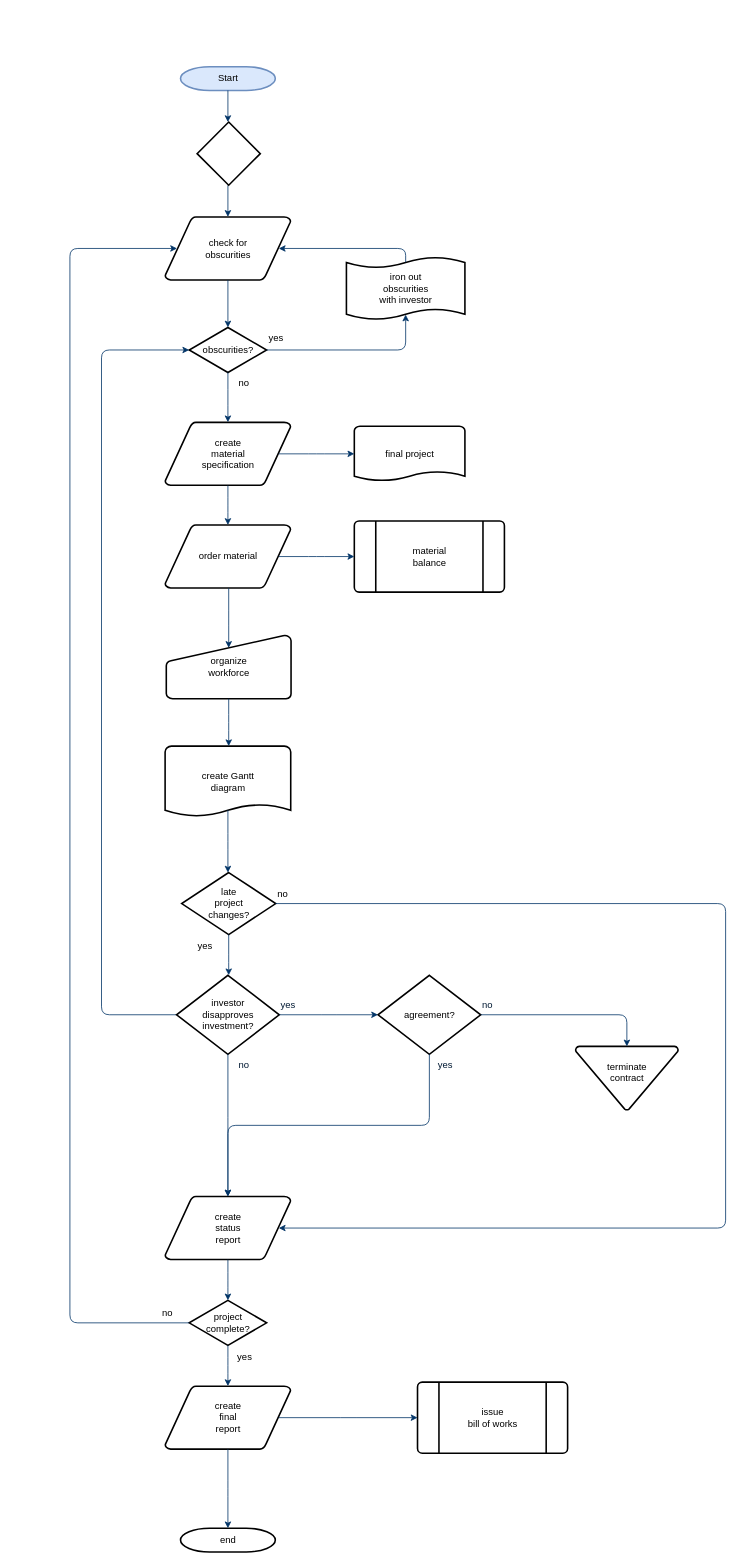
This is Tms_FlowChart.drawio from sspgithubaccount/FlowChart, a draw.io file, before an edit. Source tidied: cells renumbered, new cells numbered last; positions are measured from the earlier drawing's top-left corner, leaving out a move shared by most shapes. Both pictures are drawn from the tidied source at 79%, with x=0, y=0 at pixel (70, 66).
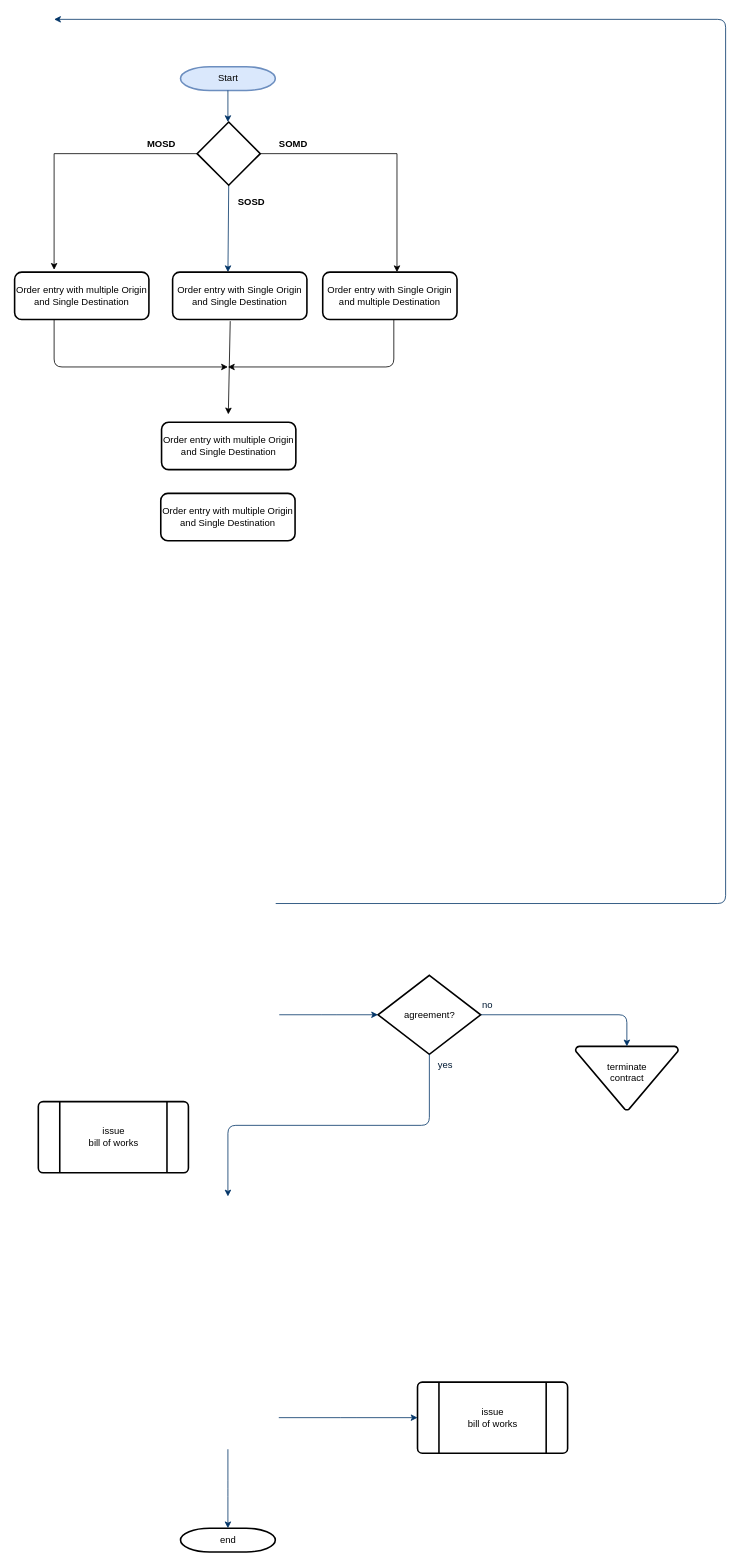
The same page after the edit.

The change refers to these unchanged cells:
```xml
<mxCell id="28" value="agreement?" style="shape=mxgraph.flowchart.decision;strokeWidth=2;gradientColor=none;gradientDirection=north;fontStyle=0;html=1;" parent="1" vertex="1">
  <mxGeometry x="390" y="1150" width="130" height="100" as="geometry" />
</mxCell>
<mxCell id="38" value="issue&#10;bill of works" style="shape=mxgraph.flowchart.predefined_process;strokeWidth=2;gradientColor=none;gradientDirection=north;fontStyle=0;html=1;" parent="1" vertex="1">
  <mxGeometry x="440" y="1665" width="190" height="90" as="geometry" />
</mxCell>
<mxCell id="39" value="end" style="shape=mxgraph.flowchart.terminator;strokeWidth=2;gradientColor=none;gradientDirection=north;fontStyle=0;html=1;" parent="1" vertex="1">
  <mxGeometry x="140" y="1850" width="120" height="30" as="geometry" />
</mxCell>
<mxCell id="55" style="rhombus;whiteSpace=wrap;html=1;strokeWidth=2;" parent="1" vertex="1">
  <mxGeometry x="161" y="70" width="80" height="80" as="geometry" />
</mxCell>
```

Change to the diagram source:
```diff
@@
-    <mxCell id="3" value="create&#10;material&#10;specification" style="shape=mxgraph.flowchart.data;strokeWidth=2;gradientColor=none;gradientDirection=north;fontStyle=0;html=1;" parent="1" vertex="1">
-      <mxGeometry x="120.5" y="450" width="159" height="80" as="geometry" />
-    </mxCell>
-    <mxCell id="4" value="check for&#10;obscurities" style="shape=mxgraph.flowchart.data;strokeWidth=2;gradientColor=none;gradientDirection=north;fontStyle=0;html=1;" parent="1" vertex="1">
-      <mxGeometry x="120.5" y="190" width="159" height="80" as="geometry" />
-    </mxCell>
-    <mxCell id="5" value="obscurities?" style="shape=mxgraph.flowchart.decision;strokeWidth=2;gradientColor=none;gradientDirection=north;fontStyle=0;html=1;" parent="1" vertex="1">
-      <mxGeometry x="151" y="330" width="98" height="57" as="geometry" />
-    </mxCell>
@@
-    <mxCell id="7" style="fontStyle=1;strokeColor=#003366;strokeWidth=1;html=1;" parent="1" edge="1" target="4">
-      <mxGeometry relative="1" as="geometry">
-        <mxPoint x="200" y="150" as="sourcePoint" />
-      </mxGeometry>
+    <mxCell id="7" style="fontStyle=1;strokeColor=#003366;strokeWidth=1;html=1;exitX=0.5;exitY=1;exitDx=0;exitDy=0;entryX=0.412;entryY=0;entryDx=0;entryDy=0;entryPerimeter=0;" parent="1" edge="1" source="55" target="62">
+      <mxGeometry relative="1" as="geometry" />
     </mxCell>
-    <mxCell id="8" style="entryX=0.5;entryY=0;entryPerimeter=0;fontStyle=1;strokeColor=#003366;strokeWidth=1;html=1;" parent="1" edge="1" source="4" target="5">
-      <mxGeometry relative="1" as="geometry" />
-    </mxCell>
-    <mxCell id="9" style="edgeStyle=elbowEdgeStyle;elbow=horizontal;entryX=0.5;entryY=0.91;entryPerimeter=0;exitX=1;exitY=0.5;exitPerimeter=0;fontStyle=1;strokeColor=#003366;strokeWidth=1;html=1;" parent="1" edge="1" source="5" target="50">
-      <mxGeometry x="381" y="28.5" as="geometry">
-        <Array as="points">
-          <mxPoint x="425" y="340" />
-        </Array>
-      </mxGeometry>
-    </mxCell>
-    <mxCell id="10" value="yes" style="text;fontStyle=0;html=1;strokeColor=none;gradientColor=none;fillColor=none;strokeWidth=2;" parent="1" vertex="1">
-      <mxGeometry x="250" y="330" width="40" height="26" as="geometry" />
-    </mxCell>
-    <mxCell id="11" style="edgeStyle=elbowEdgeStyle;elbow=horizontal;fontColor=#001933;fontStyle=1;strokeColor=#003366;strokeWidth=1;html=1;" parent="1" edge="1" source="5" target="3">
-      <mxGeometry as="geometry" />
-    </mxCell>
-    <mxCell id="12" value="order material" style="shape=mxgraph.flowchart.data;strokeWidth=2;gradientColor=none;gradientDirection=north;fontStyle=0;html=1;" parent="1" vertex="1">
-      <mxGeometry x="120.5" y="580" width="159" height="80" as="geometry" />
-    </mxCell>
-    <mxCell id="13" value="no" style="text;fontStyle=0;html=1;strokeColor=none;gradientColor=none;fillColor=none;strokeWidth=2;align=center;" parent="1" vertex="1">
-      <mxGeometry x="200" y="387" width="40" height="26" as="geometry" />
-    </mxCell>
-    <mxCell id="14" value="final project" style="shape=mxgraph.flowchart.document;strokeWidth=2;gradientColor=none;gradientDirection=north;fontStyle=0;html=1;" parent="1" vertex="1">
-      <mxGeometry x="360" y="455" width="140" height="70" as="geometry" />
-    </mxCell>
-    <mxCell id="15" style="edgeStyle=elbowEdgeStyle;elbow=horizontal;exitX=0.905;exitY=0.5;exitPerimeter=0;fontStyle=1;strokeColor=#003366;strokeWidth=1;html=1;" parent="1" edge="1" source="3" target="14">
-      <mxGeometry as="geometry" />
-    </mxCell>
-    <mxCell id="16" style="edgeStyle=elbowEdgeStyle;elbow=horizontal;fontStyle=1;strokeColor=#003366;strokeWidth=1;html=1;" parent="1" edge="1" source="3" target="12">
-      <mxGeometry as="geometry" />
-    </mxCell>
-    <mxCell id="17" value="material&#10;balance" style="shape=mxgraph.flowchart.predefined_process;strokeWidth=2;gradientColor=none;gradientDirection=north;fontStyle=0;html=1;" parent="1" vertex="1">
-      <mxGeometry x="360" y="575" width="190" height="90" as="geometry" />
-    </mxCell>
-    <mxCell id="18" style="edgeStyle=elbowEdgeStyle;elbow=horizontal;exitX=0.905;exitY=0.5;exitPerimeter=0;fontStyle=1;strokeColor=#003366;strokeWidth=1;html=1;" parent="1" edge="1" source="12" target="17">
-      <mxGeometry as="geometry" />
-    </mxCell>
-    <mxCell id="19" value="organize &#10;workforce" style="shape=mxgraph.flowchart.manual_input;strokeWidth=2;gradientColor=none;gradientDirection=north;fontStyle=0;html=1;" parent="1" vertex="1">
-      <mxGeometry x="122" y="720" width="158" height="80" as="geometry" />
-    </mxCell>
-    <mxCell id="20" style="edgeStyle=elbowEdgeStyle;elbow=horizontal;entryX=0.5;entryY=0.195;entryPerimeter=0;fontStyle=1;strokeColor=#003366;strokeWidth=1;html=1;" parent="1" edge="1" source="12" target="19">
-      <mxGeometry as="geometry" />
-    </mxCell>
-    <mxCell id="21" value="create Gantt&#10;diagram" style="shape=mxgraph.flowchart.document;strokeWidth=2;gradientColor=none;gradientDirection=north;fontStyle=0;html=1;" parent="1" vertex="1">
-      <mxGeometry x="120.5" y="860" width="159" height="90" as="geometry" />
-    </mxCell>
-    <mxCell id="22" style="edgeStyle=elbowEdgeStyle;elbow=horizontal;exitX=0.5;exitY=1;exitPerimeter=0;fontStyle=1;strokeColor=#003366;strokeWidth=1;html=1;" parent="1" edge="1" source="19" target="21">
-      <mxGeometry as="geometry" />
-    </mxCell>
-    <mxCell id="23" value="late&#10;project&#10;changes?" style="shape=mxgraph.flowchart.decision;strokeWidth=2;gradientColor=none;gradientDirection=north;fontStyle=0;html=1;" parent="1" vertex="1">
-      <mxGeometry x="141.5" y="1020" width="119" height="78.5" as="geometry" />
-    </mxCell>
-    <mxCell id="24" style="edgeStyle=elbowEdgeStyle;elbow=horizontal;exitX=0.5;exitY=0.9;exitPerimeter=0;fontStyle=1;strokeColor=#003366;strokeWidth=1;html=1;" parent="1" edge="1" source="21" target="23">
-      <mxGeometry as="geometry" />
-    </mxCell>
-    <mxCell id="25" style="edgeStyle=elbowEdgeStyle;elbow=horizontal;exitX=0;exitY=0.5;exitPerimeter=0;entryX=0;entryY=0.5;entryPerimeter=0;fontStyle=1;strokeColor=#003366;strokeWidth=1;html=1;" parent="1" edge="1" source="27" target="5">
-      <mxGeometry as="geometry">
-        <Array as="points">
-          <mxPoint x="40" y="790" />
-        </Array>
-      </mxGeometry>
-    </mxCell>
-    <mxCell id="26" value="yes" style="text;fontStyle=0;html=1;strokeColor=none;gradientColor=none;fillColor=none;strokeWidth=2;" parent="1" vertex="1">
-      <mxGeometry x="160" y="1098.5" width="40" height="26" as="geometry" />
-    </mxCell>
-    <mxCell id="27" value="investor&#10;disapproves&#10; investment?" style="shape=mxgraph.flowchart.decision;strokeWidth=2;gradientColor=none;gradientDirection=north;fontStyle=0;html=1;" parent="1" vertex="1">
-      <mxGeometry x="135" y="1150" width="130" height="100" as="geometry" />
-    </mxCell>
@@
-    <mxCell id="29" style="edgeStyle=elbowEdgeStyle;elbow=horizontal;exitX=0.5;exitY=1;exitPerimeter=0;fontStyle=1;strokeColor=#003366;strokeWidth=1;html=1;" parent="1" edge="1" source="23" target="27">
-      <mxGeometry as="geometry" />
-    </mxCell>
-    <mxCell id="30" style="edgeStyle=elbowEdgeStyle;elbow=horizontal;exitX=1;exitY=0.5;exitPerimeter=0;entryX=0;entryY=0.5;entryPerimeter=0;fontStyle=1;strokeColor=#003366;strokeWidth=1;html=1;" parent="1" edge="1" source="27" target="28">
-      <mxGeometry as="geometry" />
+    <mxCell id="30" style="edgeStyle=elbowEdgeStyle;elbow=horizontal;exitX=1;exitY=0.5;exitPerimeter=0;entryX=0;entryY=0.5;entryPerimeter=0;fontStyle=1;strokeColor=#003366;strokeWidth=1;html=1;" parent="1" edge="1" target="28">
+      <mxGeometry as="geometry">
+        <mxPoint x="265" y="1200" as="sourcePoint" />
+      </mxGeometry>
     </mxCell>
@@
-    <mxCell id="33" value="create&#10;status&#10;report" style="shape=mxgraph.flowchart.data;strokeWidth=2;gradientColor=none;gradientDirection=north;fontStyle=0;html=1;" parent="1" vertex="1">
-      <mxGeometry x="120.5" y="1430" width="159" height="80" as="geometry" />
-    </mxCell>
-    <mxCell id="34" style="edgeStyle=elbowEdgeStyle;elbow=vertical;exitX=0.5;exitY=1;exitPerimeter=0;fontColor=#001933;fontStyle=1;strokeColor=#003366;strokeWidth=1;html=1;" parent="1" edge="1" source="27" target="33">
-      <mxGeometry as="geometry" />
-    </mxCell>
-    <mxCell id="35" style="edgeStyle=elbowEdgeStyle;elbow=vertical;exitX=0.5;exitY=1;exitPerimeter=0;entryX=0.5;entryY=0;entryPerimeter=0;fontStyle=1;strokeColor=#003366;strokeWidth=1;html=1;" parent="1" edge="1" source="28" target="33">
-      <mxGeometry as="geometry" />
+    <mxCell id="35" style="edgeStyle=elbowEdgeStyle;elbow=vertical;exitX=0.5;exitY=1;exitPerimeter=0;entryX=0.5;entryY=0;entryPerimeter=0;fontStyle=1;strokeColor=#003366;strokeWidth=1;html=1;" parent="1" edge="1" source="28">
+      <mxGeometry as="geometry">
+        <mxPoint x="200" y="1430" as="targetPoint" />
+      </mxGeometry>
     </mxCell>
-    <mxCell id="36" value="project&#10;complete?" style="shape=mxgraph.flowchart.decision;strokeWidth=2;gradientColor=none;gradientDirection=north;fontStyle=0;html=1;" parent="1" vertex="1">
-      <mxGeometry x="151" y="1561.5" width="98" height="57" as="geometry" />
-    </mxCell>
-    <mxCell id="37" value="create&#10;final&#10;report" style="shape=mxgraph.flowchart.data;strokeWidth=2;gradientColor=none;gradientDirection=north;fontStyle=0;html=1;" parent="1" vertex="1">
-      <mxGeometry x="120.5" y="1670" width="159" height="80" as="geometry" />
-    </mxCell>
@@
-    <mxCell id="40" style="edgeStyle=elbowEdgeStyle;elbow=vertical;exitX=0.5;exitY=1;exitPerimeter=0;entryX=0.5;entryY=0;entryPerimeter=0;fontStyle=1;strokeColor=#003366;strokeWidth=1;html=1;" parent="1" edge="1" source="33" target="36">
-      <mxGeometry as="geometry" />
-    </mxCell>
-    <mxCell id="41" style="edgeStyle=elbowEdgeStyle;elbow=vertical;exitX=0.5;exitY=1;exitPerimeter=0;entryX=0.5;entryY=0;entryPerimeter=0;fontStyle=1;strokeColor=#003366;strokeWidth=1;html=1;" parent="1" edge="1" source="36" target="37">
-      <mxGeometry as="geometry" />
-    </mxCell>
-    <mxCell id="42" style="edgeStyle=elbowEdgeStyle;elbow=vertical;exitX=0.5;exitY=1;exitPerimeter=0;entryX=0.5;entryY=0;entryPerimeter=0;fontStyle=1;strokeColor=#003366;strokeWidth=1;html=1;" parent="1" edge="1" source="37" target="39">
-      <mxGeometry as="geometry" />
+    <mxCell id="42" style="edgeStyle=elbowEdgeStyle;elbow=vertical;exitX=0.5;exitY=1;exitPerimeter=0;entryX=0.5;entryY=0;entryPerimeter=0;fontStyle=1;strokeColor=#003366;strokeWidth=1;html=1;" parent="1" edge="1" target="39">
+      <mxGeometry as="geometry">
+        <mxPoint x="200" y="1750" as="sourcePoint" />
+      </mxGeometry>
     </mxCell>
-    <mxCell id="43" style="edgeStyle=elbowEdgeStyle;elbow=vertical;exitX=0.905;exitY=0.5;exitPerimeter=0;entryX=0;entryY=0.5;entryPerimeter=0;fontStyle=1;strokeColor=#003366;strokeWidth=1;html=1;" parent="1" edge="1" source="37" target="38">
-      <mxGeometry as="geometry" />
+    <mxCell id="43" style="edgeStyle=elbowEdgeStyle;elbow=vertical;exitX=0.905;exitY=0.5;exitPerimeter=0;entryX=0;entryY=0.5;entryPerimeter=0;fontStyle=1;strokeColor=#003366;strokeWidth=1;html=1;" parent="1" edge="1" target="38">
+      <mxGeometry as="geometry">
+        <mxPoint x="264.4" y="1710" as="sourcePoint" />
+      </mxGeometry>
     </mxCell>
-    <mxCell id="44" style="edgeStyle=elbowEdgeStyle;elbow=horizontal;exitX=1;exitY=0.5;exitPerimeter=0;entryX=0.905;entryY=0.5;entryPerimeter=0;fontStyle=1;strokeColor=#003366;strokeWidth=1;html=1;" parent="1" edge="1" source="23" target="33">
+    <mxCell id="44" style="edgeStyle=elbowEdgeStyle;elbow=horizontal;exitX=1;exitY=0.5;exitPerimeter=0;entryX=0.905;entryY=0.5;entryPerimeter=0;fontStyle=1;strokeColor=#003366;strokeWidth=1;html=1;" parent="1" edge="1">
       <mxGeometry as="geometry">
+        <mxPoint x="260.5" y="1059.2" as="sourcePoint" />
+        <mxPoint x="-20" y="-60" as="targetPoint" />
         <Array as="points">
           <mxPoint x="830" y="1260" />
         </Array>
       </mxGeometry>
     </mxCell>
-    <mxCell id="45" value="no" style="text;fontStyle=0;html=1;strokeColor=none;gradientColor=none;fillColor=none;strokeWidth=2;" parent="1" vertex="1">
-      <mxGeometry x="260.5" y="1033.2" width="40" height="26" as="geometry" />
-    </mxCell>
-    <mxCell id="46" value="yes" style="text;fontColor=#001933;fontStyle=0;html=1;strokeColor=none;gradientColor=none;fillColor=none;strokeWidth=2;" parent="1" vertex="1">
-      <mxGeometry x="265" y="1174" width="40" height="26" as="geometry" />
-    </mxCell>
-    <mxCell id="47" value="no" style="text;fontColor=#001933;fontStyle=0;html=1;strokeColor=none;gradientColor=none;fillColor=none;strokeWidth=2;align=center;" parent="1" vertex="1">
-      <mxGeometry x="200" y="1250" width="40" height="26" as="geometry" />
-    </mxCell>
@@
-    <mxCell id="50" value="iron out&#10;obscurities &#10;with investor" style="shape=mxgraph.flowchart.paper_tape;strokeWidth=2;gradientColor=none;gradientDirection=north;fontStyle=0;html=1;" parent="1" vertex="1">
-      <mxGeometry x="350" y="240" width="150" height="81" as="geometry" />
-    </mxCell>
-    <mxCell id="51" style="edgeStyle=elbowEdgeStyle;elbow=horizontal;exitX=0.5;exitY=0.09;exitPerimeter=0;entryX=0.905;entryY=0.5;entryPerimeter=0;fontStyle=1;strokeColor=#003366;strokeWidth=1;html=1;" parent="1" edge="1" source="50" target="4">
-      <mxGeometry as="geometry">
-        <Array as="points">
-          <mxPoint x="425" y="240" />
-        </Array>
-      </mxGeometry>
-    </mxCell>
-    <mxCell id="52" value="yes" style="text;fontStyle=0;html=1;strokeColor=none;gradientColor=none;fillColor=none;strokeWidth=2;align=center;" parent="1" vertex="1">
-      <mxGeometry x="201" y="1620" width="40" height="26" as="geometry" />
-    </mxCell>
-    <mxCell id="53" style="edgeStyle=elbowEdgeStyle;elbow=horizontal;exitX=0;exitY=0.5;exitPerimeter=0;entryX=0.095;entryY=0.5;entryPerimeter=0;fontStyle=1;strokeColor=#003366;strokeWidth=1;html=1;" parent="1" edge="1" source="36" target="4">
-      <mxGeometry as="geometry">
-        <Array as="points">
-          <mxPoint y="910" />
-        </Array>
-      </mxGeometry>
-    </mxCell>
-    <mxCell id="54" value="no" style="text;fontStyle=0;html=1;strokeColor=none;gradientColor=none;fillColor=none;strokeWidth=2;" parent="1" vertex="1">
-      <mxGeometry x="115" y="1564" width="40" height="26" as="geometry" />
-    </mxCell>
+    <mxCell id="56" style="edgeStyle=orthogonalEdgeStyle;rounded=0;jettySize=auto;html=1;exitX=1;exitY=0.5;exitDx=0;exitDy=0;entryX=0.553;entryY=0;entryDx=0;entryDy=0;entryPerimeter=0;" parent="1" edge="1" source="55" target="61">
+      <mxGeometry relative="1" as="geometry" />
+    </mxCell>
+    <mxCell id="57" style="edgeStyle=orthogonalEdgeStyle;rounded=0;jettySize=auto;html=1;entryX=0.294;entryY=-0.05;entryDx=0;entryDy=0;entryPerimeter=0;" parent="1" edge="1" source="55" target="63">
+      <mxGeometry relative="1" as="geometry" />
+    </mxCell>
@@
+    <mxCell id="58" value="&lt;b&gt;SOSD&lt;/b&gt;" style="text;html=1;strokeColor=none;fillColor=none;align=center;verticalAlign=middle;whiteSpace=wrap;rounded=0;" parent="1" vertex="1">
+      <mxGeometry x="210" y="161" width="40" height="20" as="geometry" />
+    </mxCell>
+    <mxCell id="59" value="&lt;b&gt;SOMD&lt;/b&gt;" style="text;html=1;strokeColor=none;fillColor=none;align=center;verticalAlign=middle;whiteSpace=wrap;rounded=0;" parent="1" vertex="1">
+      <mxGeometry x="263" y="88" width="40" height="20" as="geometry" />
+    </mxCell>
+    <mxCell id="60" value="&lt;b&gt;MOSD&lt;/b&gt;" style="text;html=1;strokeColor=none;fillColor=none;align=center;verticalAlign=middle;whiteSpace=wrap;rounded=0;" parent="1" vertex="1">
+      <mxGeometry x="96" y="88" width="40" height="20" as="geometry" />
+    </mxCell>
+    <mxCell id="61" value="Order entry with Single Origin and multiple Destination" style="rounded=1;whiteSpace=wrap;html=1;strokeWidth=2;" parent="1" vertex="1">
+      <mxGeometry x="320" y="260" width="170" height="60" as="geometry" />
+    </mxCell>
+    <mxCell id="62" value="Order entry with Single Origin and Single Destination" style="rounded=1;whiteSpace=wrap;html=1;strokeWidth=2;" parent="1" vertex="1">
+      <mxGeometry x="130" y="260" width="170" height="60" as="geometry" />
+    </mxCell>
+    <mxCell id="63" value="Order entry with multiple Origin and Single Destination" style="rounded=1;whiteSpace=wrap;html=1;strokeWidth=2;" parent="1" vertex="1">
+      <mxGeometry x="-70" y="260" width="170" height="60" as="geometry" />
+    </mxCell>
+    <mxCell id="64" style="endArrow=classic;html=1;" parent="1" edge="1">
+      <mxGeometry relative="1" as="geometry">
+        <mxPoint x="-20" y="320" as="sourcePoint" />
+        <mxPoint x="200" y="380" as="targetPoint" />
+        <Array as="points">
+          <mxPoint x="-20" y="380" />
+        </Array>
+      </mxGeometry>
+    </mxCell>
+    <mxCell id="65" style="endArrow=classic;html=1;exitX=0.429;exitY=1.033;exitDx=0;exitDy=0;exitPerimeter=0;" parent="1" edge="1" source="62">
+      <mxGeometry relative="1" as="geometry">
+        <mxPoint x="200.5" y="440" as="targetPoint" />
+      </mxGeometry>
+    </mxCell>
+    <mxCell id="66" style="endArrow=classic;html=1;" parent="1" edge="1">
+      <mxGeometry relative="1" as="geometry">
+        <mxPoint x="410" y="320" as="sourcePoint" />
+        <mxPoint x="200" y="380" as="targetPoint" />
+        <Array as="points">
+          <mxPoint x="410" y="380" />
+        </Array>
+      </mxGeometry>
+    </mxCell>
+    <mxCell id="67" value="issue&#10;bill of works" style="shape=mxgraph.flowchart.predefined_process;strokeWidth=2;gradientColor=none;gradientDirection=north;fontStyle=0;html=1;" parent="1" vertex="1">
+      <mxGeometry x="-40" y="1310" width="190" height="90" as="geometry" />
+    </mxCell>
+    <mxCell id="68" value="Order entry with multiple Origin and Single Destination" style="rounded=1;whiteSpace=wrap;html=1;strokeWidth=2;" parent="1" vertex="1">
+      <mxGeometry x="116" y="450" width="170" height="60" as="geometry" />
+    </mxCell>
+    <mxCell id="69" value="Order entry with multiple Origin and Single Destination" style="rounded=1;whiteSpace=wrap;html=1;strokeWidth=2;" parent="1" vertex="1">
+      <mxGeometry x="115" y="540" width="170" height="60" as="geometry" />
+    </mxCell>
```
